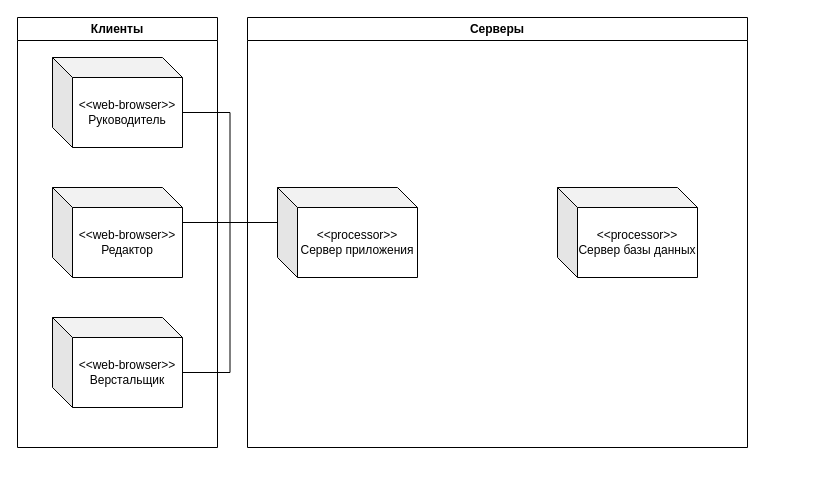
Above: prac7.drawio in danaddi/draw.io (draw.io), before the change. Source tidied: cells renumbered, new cells numbered last; positions are measured from the earlier drawing's top-left corner, leaving out a move shared by most shapes. Both pictures are drawn from the tidied source at 100%, with x=0, y=0 at pixel (17, 17).
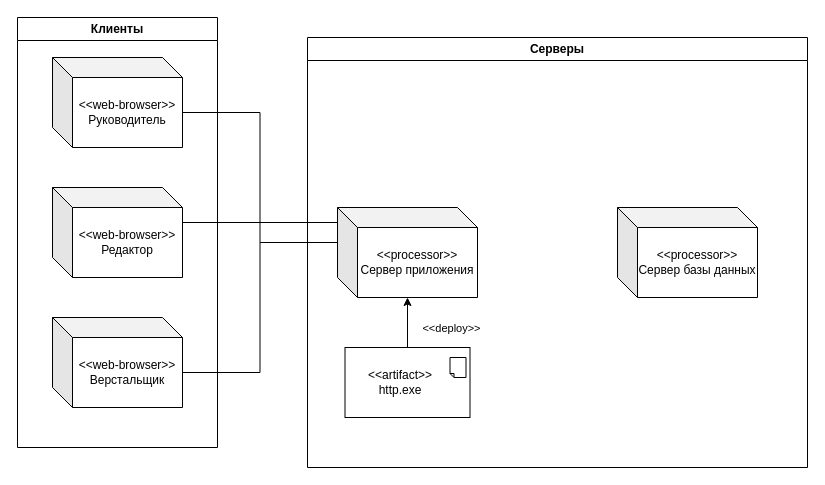
The same diagram, later.

The edit, as a diff of the source:
```diff
@@
 <mxGraphModel>
   <root>
     <mxCell id="0" />
     <mxCell id="1" parent="0" />
     <mxCell id="2" value="Клиенты" style="swimlane;whiteSpace=wrap;html=1;" parent="1" vertex="1">
       <mxGeometry width="200" height="430" as="geometry" />
     </mxCell>
     <mxCell id="3" value="&amp;lt;&amp;lt;web-browser&amp;gt;&amp;gt;&lt;div&gt;Руководитель&lt;/div&gt;" style="shape=cube;whiteSpace=wrap;html=1;boundedLbl=1;backgroundOutline=1;darkOpacity=0.05;darkOpacity2=0.1;" parent="2" vertex="1">
       <mxGeometry x="35" y="40" width="130" height="90" as="geometry" />
     </mxCell>
     <mxCell id="4" value="&amp;lt;&amp;lt;web-browser&amp;gt;&amp;gt;&lt;div&gt;Редактор&lt;/div&gt;" style="shape=cube;whiteSpace=wrap;html=1;boundedLbl=1;backgroundOutline=1;darkOpacity=0.05;darkOpacity2=0.1;" parent="2" vertex="1">
       <mxGeometry x="35" y="170" width="130" height="90" as="geometry" />
     </mxCell>
     <mxCell id="5" value="&amp;lt;&amp;lt;web-browser&amp;gt;&amp;gt;&lt;div&gt;Верстальщик&lt;/div&gt;" style="shape=cube;whiteSpace=wrap;html=1;boundedLbl=1;backgroundOutline=1;darkOpacity=0.05;darkOpacity2=0.1;" parent="2" vertex="1">
       <mxGeometry x="35" y="300" width="130" height="90" as="geometry" />
     </mxCell>
     <mxCell id="6" value="Серверы" style="swimlane;whiteSpace=wrap;html=1;" parent="1" vertex="1">
-      <mxGeometry x="230" width="500" height="430" as="geometry" />
+      <mxGeometry x="290" y="20" width="500" height="430" as="geometry" />
     </mxCell>
     <mxCell id="7" value="&amp;lt;&amp;lt;processor&amp;gt;&amp;gt;&lt;div&gt;Сервер приложения&lt;/div&gt;" style="shape=cube;whiteSpace=wrap;html=1;boundedLbl=1;backgroundOutline=1;darkOpacity=0.05;darkOpacity2=0.1;" parent="6" vertex="1">
       <mxGeometry x="30" y="170" width="140" height="90" as="geometry" />
     </mxCell>
     <mxCell id="8" value="&amp;lt;&amp;lt;processor&amp;gt;&amp;gt;&lt;div&gt;Сервер базы данных&lt;/div&gt;" style="shape=cube;whiteSpace=wrap;html=1;boundedLbl=1;backgroundOutline=1;darkOpacity=0.05;darkOpacity2=0.1;" parent="6" vertex="1">
       <mxGeometry x="310" y="170" width="140" height="90" as="geometry" />
     </mxCell>
+    <mxCell id="12" style="edgeStyle=orthogonalEdgeStyle;rounded=0;jettySize=auto;html=1;" parent="6" edge="1" source="14" target="7">
+      <mxGeometry relative="1" as="geometry" />
+    </mxCell>
+    <mxCell id="13" value="&amp;lt;&amp;lt;deploy&amp;gt;&amp;gt;" style="edgeLabel;html=1;align=center;verticalAlign=middle;" parent="12" vertex="1">
+      <mxGeometry x="0.27" y="-4" relative="1" as="geometry">
+        <mxPoint x="39" y="12" as="offset" />
+      </mxGeometry>
+    </mxCell>
+    <mxCell id="14" value="&lt;span style=&quot;color: rgba(0, 0, 0, 0); font-family: monospace; font-size: 0px; text-align: start; text-wrap-mode: nowrap;&quot;&gt;&amp;lt;&amp;lt;&lt;/span&gt;" style="html=1;whiteSpace=wrap;" parent="6" vertex="1">
+      <mxGeometry x="37.5" y="310" width="125" height="70" as="geometry" />
+    </mxCell>
+    <mxCell id="15" style="shape=note;whiteSpace=wrap;html=1;backgroundOutline=1;darkOpacity=0.05;size=4;rotation=-180;flipV=0;" parent="6" vertex="1">
+      <mxGeometry x="142.5" y="320" width="16" height="20" as="geometry" />
+    </mxCell>
+    <mxCell id="16" value="&amp;lt;&amp;lt;artifact&amp;gt;&amp;gt;&lt;div&gt;http.exe&lt;/div&gt;" style="text;html=1;whiteSpace=wrap;strokeColor=none;fillColor=none;align=center;verticalAlign=middle;rounded=0;" parent="6" vertex="1">
+      <mxGeometry x="62.5" y="330" width="60" height="30" as="geometry" />
+    </mxCell>
     <mxCell id="9" style="edgeStyle=orthogonalEdgeStyle;rounded=0;jettySize=auto;html=1;exitX=0;exitY=0;exitDx=130;exitDy=55;exitPerimeter=0;entryX=0;entryY=0;entryDx=0;entryDy=35;entryPerimeter=0;endArrow=none;endFill=0;" parent="1" edge="1" source="3" target="7">
       <mxGeometry relative="1" as="geometry" />
     </mxCell>
     <mxCell id="10" style="edgeStyle=orthogonalEdgeStyle;rounded=0;jettySize=auto;html=1;exitX=0;exitY=0;exitDx=130;exitDy=55;exitPerimeter=0;entryX=0;entryY=0;entryDx=0;entryDy=35;entryPerimeter=0;endArrow=none;endFill=0;" parent="1" edge="1" source="4" target="7">
       <mxGeometry relative="1" as="geometry">
         <Array as="points">
           <mxPoint x="165" y="205" />
         </Array>
       </mxGeometry>
     </mxCell>
     <mxCell id="11" style="edgeStyle=orthogonalEdgeStyle;rounded=0;jettySize=auto;html=1;exitX=0;exitY=0;exitDx=130;exitDy=55;exitPerimeter=0;entryX=0;entryY=0;entryDx=0;entryDy=35;entryPerimeter=0;endArrow=none;endFill=0;" parent="1" edge="1" source="5" target="7">
       <mxGeometry relative="1" as="geometry" />
     </mxCell>
   </root>
 </mxGraphModel>
```
